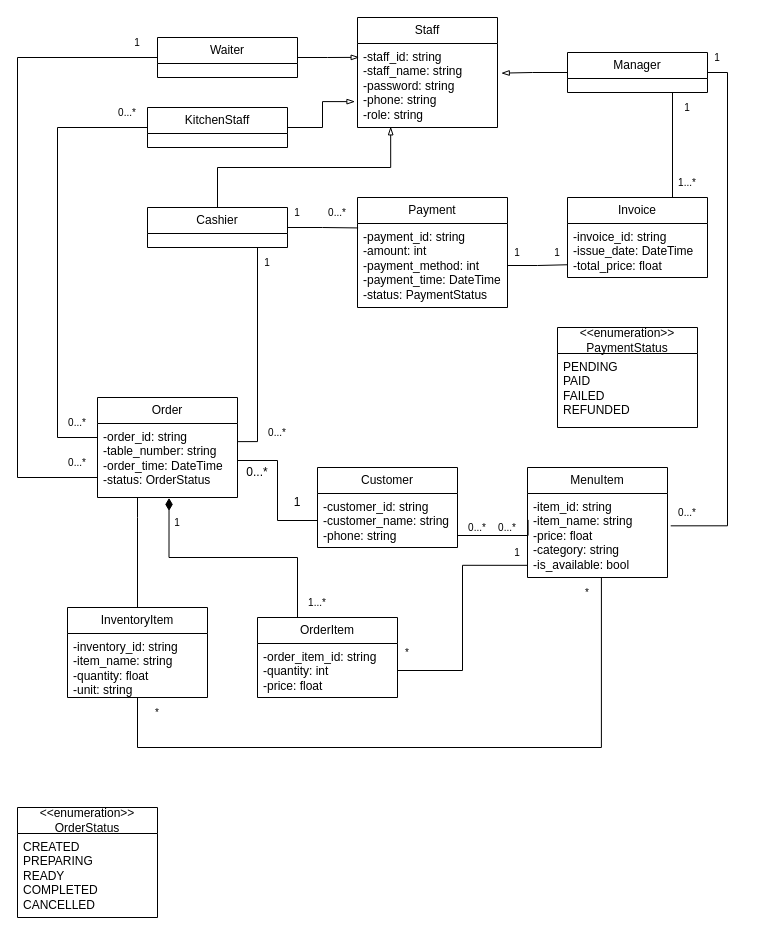
This is Restaurant_class.rawio.drawio from hoangda24312/Restaurant-Management-Group-Project, a draw.io file, before an edit. Source tidied: cells renumbered, new cells numbered last; positions are measured from the earlier drawing's top-left corner, leaving out a move shared by most shapes. Both pictures are drawn from the tidied source at 100%, with x=0, y=0 at pixel (17, 17).
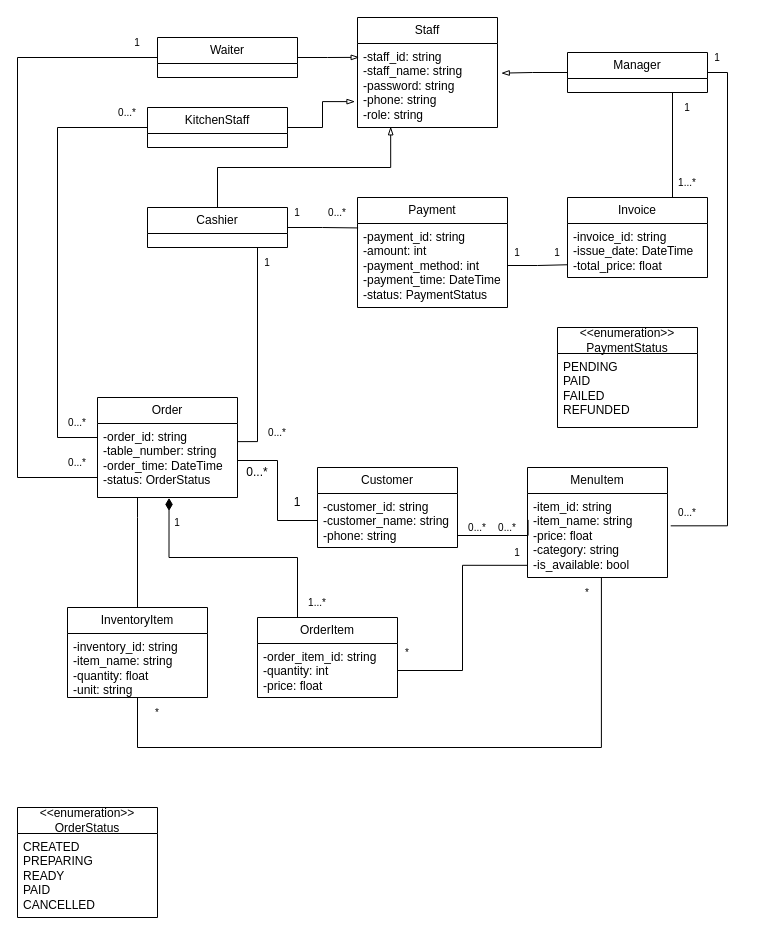
The same diagram, later.

Commit message:
* thay completed o orderstatus thanh paid

The change refers to these unchanged cells:
```xml
<mxCell id="31" value="&amp;lt;&amp;lt;enumeration&amp;gt;&amp;gt;&lt;div&gt;OrderStatus&lt;/div&gt;" style="swimlane;fontStyle=0;horizontal=1;startSize=26;fillColor=none;whiteSpace=wrap;html=1;strokeWidth=1;" parent="1" vertex="1">
  <mxGeometry y="790" width="140" height="110" as="geometry" />
</mxCell>
```

The edit, as a diff of the source:
```diff
@@
-    <mxCell id="32" value="&lt;div&gt;CREATED&lt;/div&gt;&lt;div&gt;PREPARING&lt;/div&gt;&lt;div&gt;READY&lt;/div&gt;&lt;div&gt;COMPLETED&lt;/div&gt;&lt;div&gt;CANCELLED&lt;/div&gt;&lt;div&gt;&lt;br&gt;&lt;/div&gt;" style="text;strokeColor=none;fillColor=none;align=left;verticalAlign=top;spacingLeft=4;spacingRight=4;overflow=hidden;whiteSpace=wrap;html=1;strokeWidth=1;" parent="31" vertex="1">
+    <mxCell id="32" value="&lt;div&gt;CREATED&lt;/div&gt;&lt;div&gt;PREPARING&lt;/div&gt;&lt;div&gt;READY&lt;/div&gt;&lt;div&gt;PAID&lt;/div&gt;&lt;div&gt;CANCELLED&lt;/div&gt;&lt;div&gt;&lt;br&gt;&lt;/div&gt;" style="text;strokeColor=none;fillColor=none;align=left;verticalAlign=top;spacingLeft=4;spacingRight=4;overflow=hidden;whiteSpace=wrap;html=1;strokeWidth=1;" parent="31" vertex="1">
       <mxGeometry y="26" width="140" height="84" as="geometry" />
     </mxCell>
```
